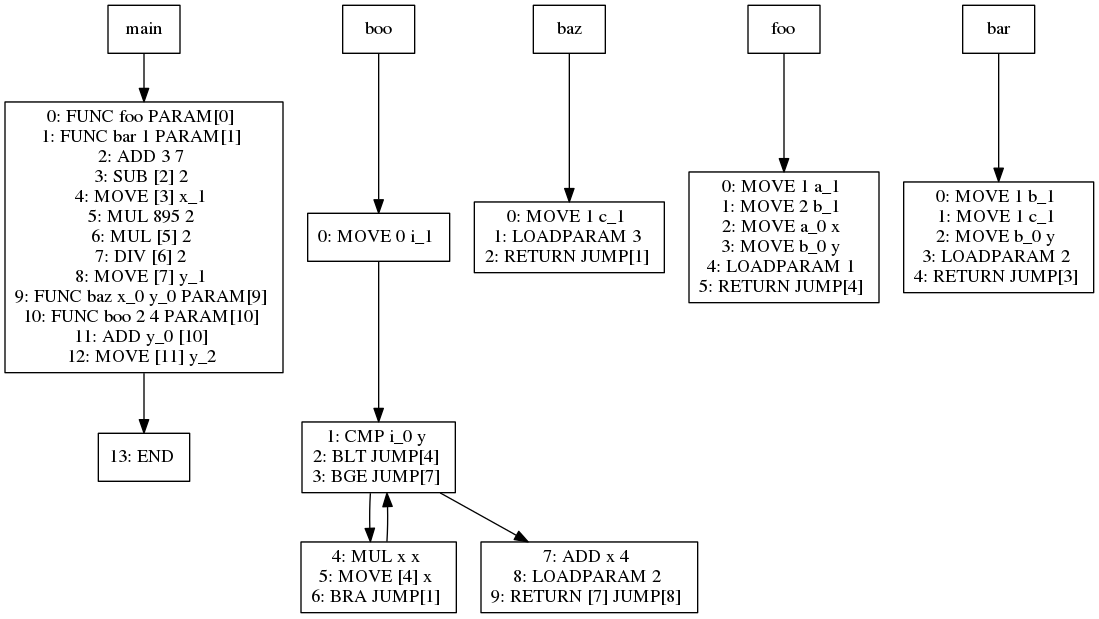
jiahanwang/PL241-Compiler keeps this Graphviz diagram as viz/test016.dot.png. Above is the earlier version. Its source is kept beside it as viz/test016.dot.
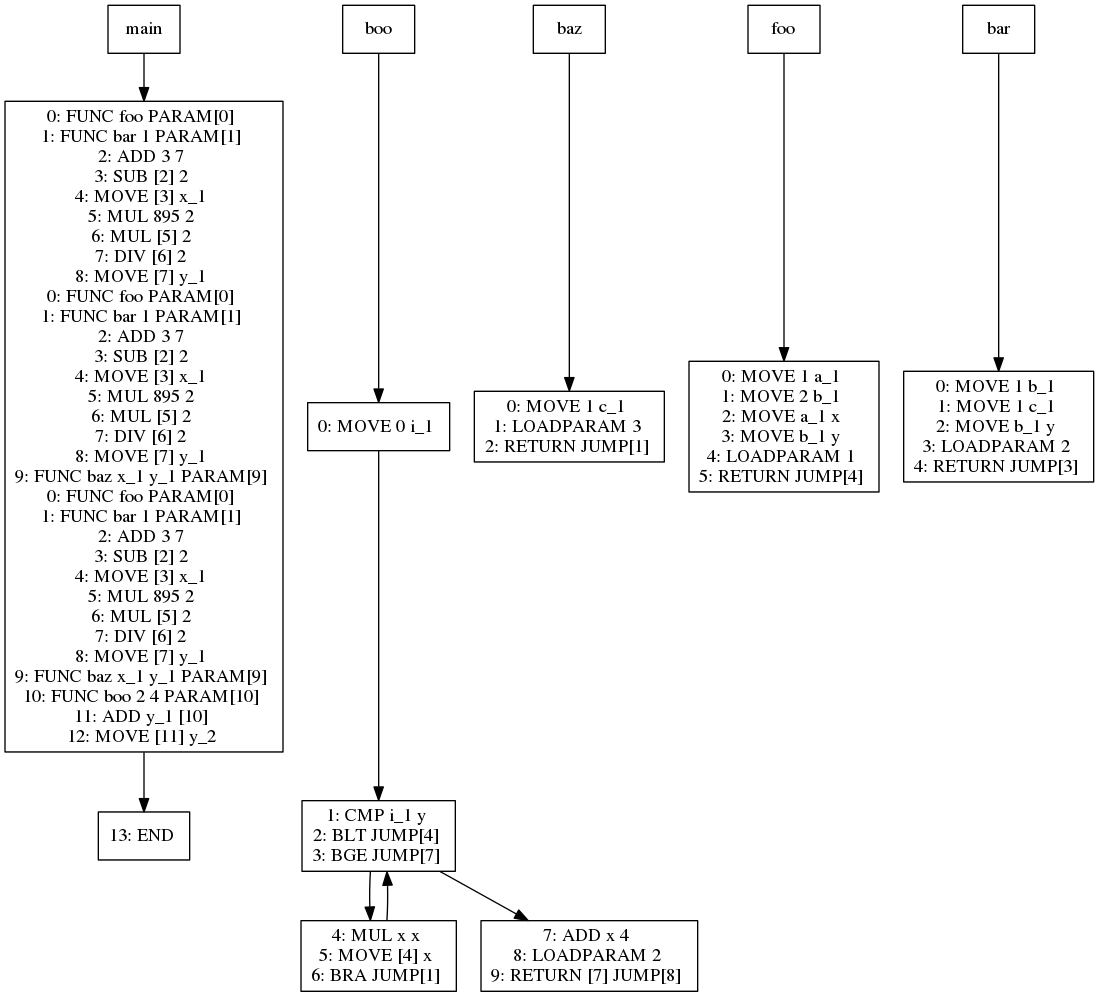
Later version of the same file.

Change to the diagram source:
```diff
@@ -11,9 +11,28 @@
 6: MUL [5] 2
 7: DIV [6] 2
 8: MOVE [7] y_1
-9: FUNC baz x_0 y_0 PARAM[9]
+0: FUNC foo PARAM[0]
+1: FUNC bar 1 PARAM[1]
+2: ADD 3 7
+3: SUB [2] 2
+4: MOVE [3] x_1
+5: MUL 895 2
+6: MUL [5] 2
+7: DIV [6] 2
+8: MOVE [7] y_1
+9: FUNC baz x_1 y_1 PARAM[9]
+0: FUNC foo PARAM[0]
+1: FUNC bar 1 PARAM[1]
+2: ADD 3 7
+3: SUB [2] 2
+4: MOVE [3] x_1
+5: MUL 895 2
+6: MUL [5] 2
+7: DIV [6] 2
+8: MOVE [7] y_1
+9: FUNC baz x_1 y_1 PARAM[9]
 10: FUNC boo 2 4 PARAM[10]
-11: ADD y_0 [10]
+11: ADD y_1 [10]
 12: MOVE [11] y_2
 "]
 24 -> 30
@@ -24,7 +43,7 @@
 19[label="0: MOVE 0 i_1
 "]
 19 -> 20
-20[label="1: CMP i_0 y
+20[label="1: CMP i_1 y
 2: BLT JUMP[4]
 3: BGE JUMP[7]
 "]
@@ -49,8 +68,8 @@
 3 -> 5
 5[label="0: MOVE 1 a_1
 1: MOVE 2 b_1
-2: MOVE a_0 x
-3: MOVE b_0 y
+2: MOVE a_1 x
+3: MOVE b_1 y
 4: LOADPARAM 1
 5: RETURN JUMP[4]
 "]
@@ -58,7 +77,7 @@
 9 -> 11
 11[label="0: MOVE 1 b_1
 1: MOVE 1 c_1
-2: MOVE b_0 y
+2: MOVE b_1 y
 3: LOADPARAM 2
 4: RETURN JUMP[3]
 "]
```
